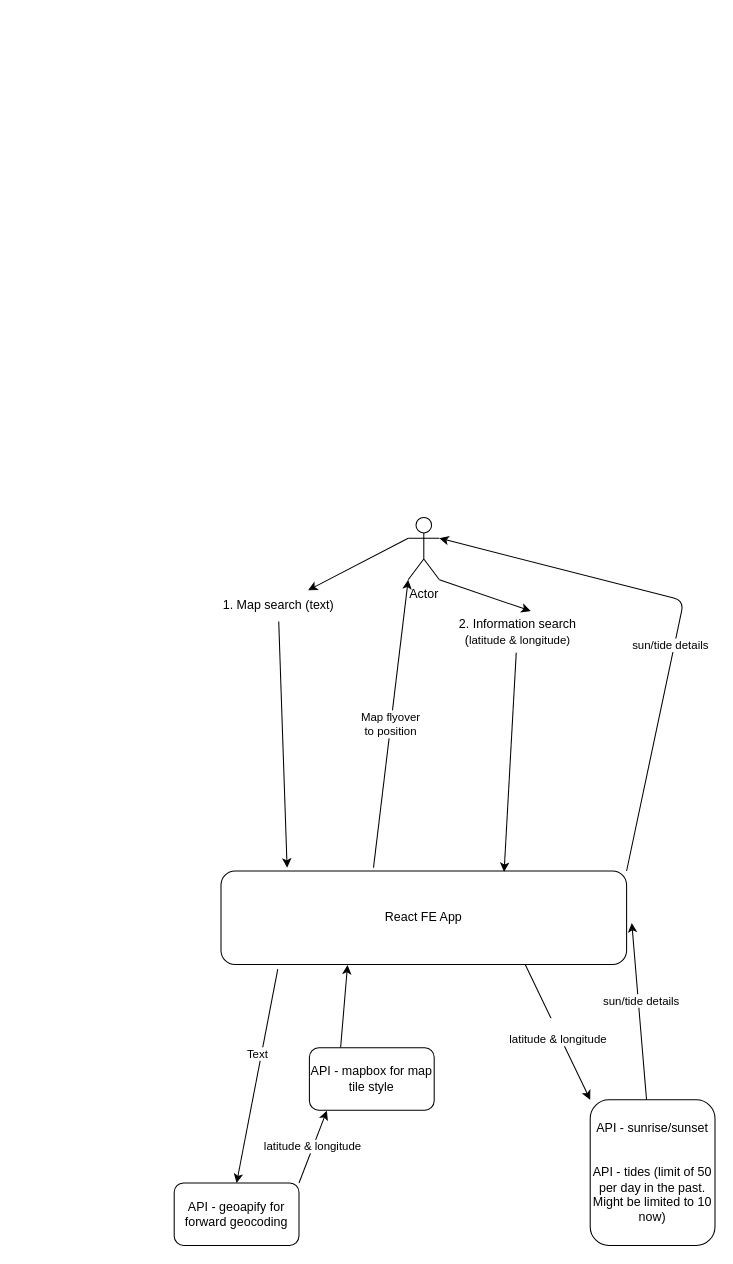
Above: lightide/diagram.drawio in zyteo/LighTide (draw.io), before the change. Source tidied: cells renumbered, new cells numbered last; positions are measured from the earlier drawing's top-left corner, leaving out a move shared by most shapes. Both pictures are drawn from the tidied source at 104%, with x=0, y=0 at pixel (174, 517).
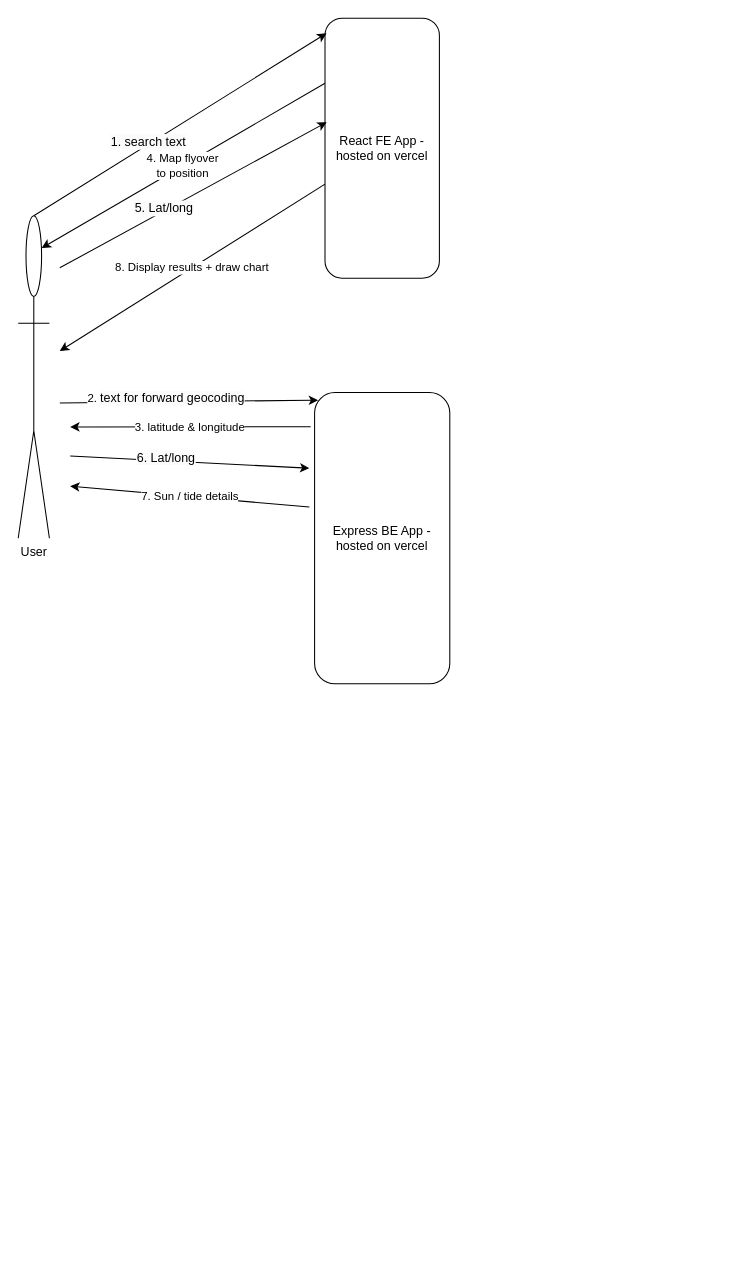
Above is the later version.

Commit message (it also covers changes not shown here):
adjusted diagram

Change to the diagram source:
```diff
@@
-    <mxCell id="2" style="edgeStyle=none;html=1;exitX=0.14;exitY=1.049;exitDx=0;exitDy=0;entryX=0.5;entryY=0;entryDx=0;entryDy=0;exitPerimeter=0;" parent="1" edge="1" source="8" target="13">
-      <mxGeometry relative="1" as="geometry" />
-    </mxCell>
-    <mxCell id="3" value="Text" style="edgeLabel;html=1;align=center;verticalAlign=middle;" parent="2" vertex="1">
-      <mxGeometry x="-0.21" y="-4" relative="1" as="geometry" />
-    </mxCell>
-    <mxCell id="4" value="Map flyover&lt;br&gt;to position" style="edgeStyle=none;html=1;exitX=0.376;exitY=-0.036;exitDx=0;exitDy=0;exitPerimeter=0;entryX=0;entryY=1;entryDx=0;entryDy=0;entryPerimeter=0;" parent="1" edge="1" source="8" target="18">
+    <mxCell id="4" value="4. Map flyover&lt;br&gt;to position" style="edgeStyle=none;html=1;entryX=0.75;entryY=0.1;entryDx=0;entryDy=0;entryPerimeter=0;exitX=0;exitY=0.25;exitDx=0;exitDy=0;" parent="1" edge="1" source="8" target="18">
       <mxGeometry relative="1" as="geometry" />
     </mxCell>
-    <mxCell id="5" value="&lt;br&gt;&lt;span style=&quot;border-color: var(--border-color); color: rgb(0, 0, 0); font-family: Helvetica; font-style: normal; font-variant-ligatures: normal; font-variant-caps: normal; font-weight: 400; letter-spacing: normal; orphans: 2; text-align: center; text-indent: 0px; text-transform: none; widows: 2; word-spacing: 0px; -webkit-text-stroke-width: 0px; text-decoration-thickness: initial; text-decoration-style: initial; text-decoration-color: initial; font-size: 11px; background-color: rgb(255, 255, 255);&quot;&gt;latitude &amp;amp; longitude&lt;/span&gt;&lt;br&gt;" style="edgeStyle=none;html=1;exitX=0.75;exitY=1;exitDx=0;exitDy=0;entryX=0;entryY=0;entryDx=0;entryDy=0;" parent="1" edge="1" source="8" target="11">
-      <mxGeometry relative="1" as="geometry" />
-    </mxCell>
-    <mxCell id="6" style="edgeStyle=none;html=1;exitX=1;exitY=0;exitDx=0;exitDy=0;entryX=1;entryY=0.3333333333333333;entryDx=0;entryDy=0;entryPerimeter=0;" parent="1" edge="1" source="8" target="18">
-      <mxGeometry relative="1" as="geometry">
-        <Array as="points">
-          <mxPoint x="490" y="80" />
-        </Array>
-      </mxGeometry>
-    </mxCell>
-    <mxCell id="7" value="sun/tide details" style="edgeLabel;html=1;align=center;verticalAlign=middle;" parent="6" vertex="1">
-      <mxGeometry x="-0.13" y="4" relative="1" as="geometry" />
-    </mxCell>
-    <mxCell id="8" value="React FE App" style="rounded=1;whiteSpace=wrap;html=1;align=center;" parent="1" vertex="1">
-      <mxGeometry x="45" y="340" width="390" height="90" as="geometry" />
+    <mxCell id="8" value="React FE App - hosted on vercel" style="rounded=1;whiteSpace=wrap;html=1;align=center;" parent="1" vertex="1">
+      <mxGeometry x="145" y="-480" width="110" height="250" as="geometry" />
     </mxCell>
-    <mxCell id="9" style="edgeStyle=none;html=1;" parent="1" edge="1" source="11">
-      <mxGeometry relative="1" as="geometry">
-        <mxPoint x="440" y="390" as="targetPoint" />
-      </mxGeometry>
-    </mxCell>
-    <mxCell id="10" value="sun/tide details" style="edgeLabel;html=1;align=center;verticalAlign=middle;" parent="9" vertex="1">
-      <mxGeometry x="0.13" y="-2" relative="1" as="geometry" />
-    </mxCell>
-    <mxCell id="11" value="API - sunrise/sunset&lt;br&gt;&lt;br&gt;&lt;br&gt;API - tides (limit of 50 per day in the past. Might be limited to 10 now)" style="rounded=1;whiteSpace=wrap;html=1;" parent="1" vertex="1">
-      <mxGeometry x="400" y="560" width="120" height="140" as="geometry" />
-    </mxCell>
-    <mxCell id="12" value="latitude &amp;amp; longitude" style="edgeStyle=none;html=1;exitX=1;exitY=0;exitDx=0;exitDy=0;entryX=0.14;entryY=1.007;entryDx=0;entryDy=0;entryPerimeter=0;" parent="1" edge="1" source="13" target="15">
-      <mxGeometry relative="1" as="geometry" />
+    <mxCell id="12" value="3. latitude &amp;amp; longitude" style="edgeStyle=none;html=1;exitX=-0.029;exitY=0.117;exitDx=0;exitDy=0;exitPerimeter=0;" parent="1" edge="1" source="26">
+      <mxGeometry relative="1" as="geometry">
+        <mxPoint x="-100" y="-87" as="targetPoint" />
+      </mxGeometry>
     </mxCell>
-    <mxCell id="13" value="API - geoapify for forward geocoding" style="rounded=1;whiteSpace=wrap;html=1;" parent="1" vertex="1">
-      <mxGeometry y="640" width="120" height="60" as="geometry" />
-    </mxCell>
-    <mxCell id="14" style="edgeStyle=none;html=1;exitX=0.25;exitY=0;exitDx=0;exitDy=0;entryX=0.312;entryY=1.004;entryDx=0;entryDy=0;entryPerimeter=0;" parent="1" edge="1" source="15" target="8">
-      <mxGeometry relative="1" as="geometry" />
-    </mxCell>
-    <mxCell id="15" value="API - mapbox for map tile style" style="rounded=1;whiteSpace=wrap;html=1;" parent="1" vertex="1">
-      <mxGeometry x="130" y="510" width="120" height="60" as="geometry" />
-    </mxCell>
-    <mxCell id="16" style="edgeStyle=none;html=1;exitX=0;exitY=0.3333333333333333;exitDx=0;exitDy=0;exitPerimeter=0;" parent="1" edge="1" source="18" target="20">
-      <mxGeometry relative="1" as="geometry" />
-    </mxCell>
-    <mxCell id="17" style="edgeStyle=none;html=1;exitX=1;exitY=1;exitDx=0;exitDy=0;exitPerimeter=0;entryX=0.591;entryY=0;entryDx=0;entryDy=0;entryPerimeter=0;" parent="1" edge="1" source="18" target="22">
-      <mxGeometry relative="1" as="geometry" />
-    </mxCell>
-    <mxCell id="18" value="Actor" style="shape=umlActor;verticalLabelPosition=bottom;verticalAlign=top;html=1;outlineConnect=0;" parent="1" vertex="1">
-      <mxGeometry x="225" width="30" height="60" as="geometry" />
+    <mxCell id="18" value="User" style="shape=umlActor;verticalLabelPosition=bottom;verticalAlign=top;html=1;outlineConnect=0;" parent="1" vertex="1">
+      <mxGeometry x="-150" y="-290" width="30" height="310" as="geometry" />
     </mxCell>
-    <mxCell id="19" style="edgeStyle=none;html=1;entryX=0.163;entryY=-0.036;entryDx=0;entryDy=0;entryPerimeter=0;" parent="1" edge="1" source="20" target="8">
-      <mxGeometry relative="1" as="geometry" />
+    <mxCell id="19" style="edgeStyle=none;html=1;entryX=0.026;entryY=0.026;entryDx=0;entryDy=0;entryPerimeter=0;" parent="1" edge="1" target="26">
+      <mxGeometry relative="1" as="geometry">
+        <mxPoint x="-110" y="-110" as="sourcePoint" />
+      </mxGeometry>
     </mxCell>
-    <mxCell id="20" value="&lt;span style=&quot;&quot;&gt;1. Map search (text)&lt;/span&gt;" style="text;html=1;align=center;verticalAlign=middle;points=[];strokeColor=none;fillColor=none;" parent="1" vertex="1">
-      <mxGeometry x="35" y="70" width="130" height="30" as="geometry" />
-    </mxCell>
-    <mxCell id="21" style="edgeStyle=none;html=1;entryX=0.698;entryY=0.009;entryDx=0;entryDy=0;entryPerimeter=0;" parent="1" edge="1" source="22" target="8">
-      <mxGeometry relative="1" as="geometry" />
-    </mxCell>
-    <mxCell id="22" value="&lt;span style=&quot;&quot;&gt;2. Information search &lt;br&gt;(&lt;/span&gt;&lt;span style=&quot;font-size: 11px; background-color: rgb(255, 255, 255);&quot;&gt;latitude &amp;amp; longitude)&lt;/span&gt;" style="text;html=1;align=center;verticalAlign=middle;points=[];strokeColor=none;fillColor=none;" parent="1" vertex="1">
-      <mxGeometry x="260" y="90" width="140" height="40" as="geometry" />
-    </mxCell>
+    <mxCell id="23" value="2. &lt;span style=&quot;font-size: 12px; background-color: rgb(251, 251, 251);&quot;&gt;text for forward geocoding&lt;/span&gt;" style="edgeLabel;html=1;align=center;verticalAlign=middle;" parent="19" vertex="1">
+      <mxGeometry x="-0.18" y="3" relative="1" as="geometry" />
+    </mxCell>
+    <mxCell id="24" style="edgeStyle=none;html=1;entryX=0.013;entryY=0.058;entryDx=0;entryDy=0;entryPerimeter=0;exitX=0.5;exitY=0;exitDx=0;exitDy=0;exitPerimeter=0;" parent="1" edge="1" source="18" target="8">
+      <mxGeometry relative="1" as="geometry" />
+    </mxCell>
+    <mxCell id="25" value="&lt;span style=&quot;font-size: 12px; background-color: rgb(251, 251, 251);&quot;&gt;1. search text&lt;/span&gt;" style="edgeLabel;html=1;align=center;verticalAlign=middle;" parent="24" vertex="1">
+      <mxGeometry x="-0.21" y="3" relative="1" as="geometry" />
+    </mxCell>
+    <mxCell id="26" value="Express BE App - hosted on vercel" style="rounded=1;whiteSpace=wrap;html=1;align=center;" parent="1" vertex="1">
+      <mxGeometry x="135" y="-120" width="130" height="280" as="geometry" />
+    </mxCell>
+    <mxCell id="27" style="edgeStyle=none;html=1;entryX=0.015;entryY=0.4;entryDx=0;entryDy=0;entryPerimeter=0;" parent="1" edge="1" target="8">
+      <mxGeometry relative="1" as="geometry">
+        <mxPoint x="-110" y="-240" as="sourcePoint" />
+      </mxGeometry>
+    </mxCell>
+    <mxCell id="28" value="&lt;span style=&quot;font-size: 12px; background-color: rgb(251, 251, 251);&quot;&gt;5. Lat/long&lt;/span&gt;" style="edgeLabel;html=1;align=center;verticalAlign=middle;" parent="27" vertex="1">
+      <mxGeometry x="-0.21" y="3" relative="1" as="geometry" />
+    </mxCell>
+    <mxCell id="29" style="edgeStyle=none;html=1;" parent="1" edge="1">
+      <mxGeometry relative="1" as="geometry">
+        <mxPoint x="-100" y="-59.1" as="sourcePoint" />
+        <mxPoint x="130" y="-47.3" as="targetPoint" />
+      </mxGeometry>
+    </mxCell>
+    <mxCell id="30" value="&lt;span style=&quot;font-size: 12px; background-color: rgb(251, 251, 251);&quot;&gt;6. Lat/long&lt;/span&gt;" style="edgeLabel;html=1;align=center;verticalAlign=middle;" parent="29" vertex="1">
+      <mxGeometry x="-0.21" y="3" relative="1" as="geometry" />
+    </mxCell>
+    <mxCell id="31" value="7. Sun / tide details" style="edgeStyle=none;html=1;" parent="1" edge="1">
+      <mxGeometry relative="1" as="geometry">
+        <mxPoint x="130" y="-10" as="sourcePoint" />
+        <mxPoint x="-100" y="-30" as="targetPoint" />
+      </mxGeometry>
+    </mxCell>
+    <mxCell id="32" value="8. Display results + draw chart" style="edgeStyle=none;html=1;" parent="1" edge="1" source="8">
+      <mxGeometry relative="1" as="geometry">
+        <mxPoint x="-110" y="-160" as="targetPoint" />
+      </mxGeometry>
+    </mxCell>
```
